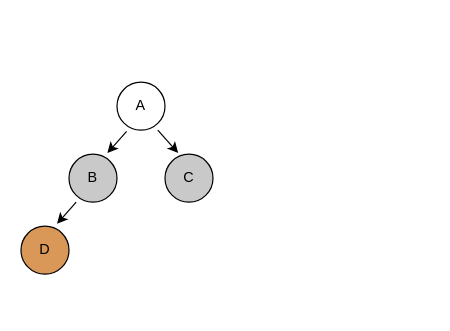
Earlier version of the draw.io diagram cha.drawio (luxufan/simple-website-template). Source tidied: cells renumbered, new cells numbered last; positions are measured from the earlier drawing's top-left corner, leaving out a move shared by most shapes. Both pictures are drawn from the tidied source at 120%, with x=0, y=0 at pixel (20, 82).
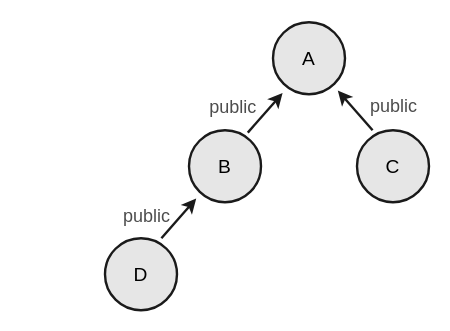
The same diagram, later.

Diff of the diagram source:
```diff
@@
 <mxGraphModel>
   <root>
     <mxCell id="0" />
     <mxCell id="1" parent="0" />
-    <mxCell id="2" value="A" style="ellipse;whiteSpace=wrap;html=1;fillColor=#FFFFFF;" parent="1" vertex="1">
-      <mxGeometry x="80" width="40" height="40" as="geometry" />
+    <mxCell id="2" value="&lt;font style=&quot;font-size: 16px;&quot;&gt;A&lt;/font&gt;" style="ellipse;whiteSpace=wrap;html=1;fillColor=#E6E6E6;strokeWidth=2;strokeColor=#1A1A1A;" parent="1" vertex="1">
+      <mxGeometry x="210" y="-50" width="60" height="60" as="geometry" />
     </mxCell>
-    <mxCell id="3" value="B" style="ellipse;whiteSpace=wrap;html=1;fillColor=#C9C9C9;" parent="1" vertex="1">
-      <mxGeometry x="40" y="60" width="40" height="40" as="geometry" />
+    <mxCell id="3" value="&lt;font style=&quot;font-size: 16px;&quot;&gt;B&lt;/font&gt;" style="ellipse;whiteSpace=wrap;html=1;fillColor=#E6E6E6;strokeWidth=2;strokeColor=#1A1A1A;" parent="1" vertex="1">
+      <mxGeometry x="140" y="40" width="60" height="60" as="geometry" />
     </mxCell>
-    <mxCell id="4" value="C" style="ellipse;whiteSpace=wrap;html=1;fillColor=#C9C9C9;" parent="1" vertex="1">
-      <mxGeometry x="120" y="60" width="40" height="40" as="geometry" />
+    <mxCell id="4" value="&lt;font style=&quot;font-size: 16px;&quot;&gt;C&lt;/font&gt;" style="ellipse;whiteSpace=wrap;html=1;fillColor=#E6E6E6;strokeColor=#1A1A1A;strokeWidth=2;" parent="1" vertex="1">
+      <mxGeometry x="280" y="40" width="60" height="60" as="geometry" />
     </mxCell>
-    <mxCell id="5" value="D" style="ellipse;whiteSpace=wrap;html=1;fillColor=#D99857;" parent="1" vertex="1">
-      <mxGeometry y="120" width="40" height="40" as="geometry" />
+    <mxCell id="5" value="&lt;font style=&quot;font-size: 16px;&quot;&gt;D&lt;/font&gt;" style="ellipse;whiteSpace=wrap;html=1;fillColor=#E6E6E6;strokeColor=#1A1A1A;strokeWidth=2;" parent="1" vertex="1">
+      <mxGeometry x="70" y="130" width="60" height="60" as="geometry" />
     </mxCell>
-    <mxCell id="6" style="endArrow=classic;html=1;rounded=0;entryX=0.8;entryY=-0.025;entryDx=0;entryDy=0;entryPerimeter=0;exitX=0.2;exitY=1.025;exitDx=0;exitDy=0;exitPerimeter=0;" parent="1" edge="1" source="2" target="3">
-      <mxGeometry relative="1" as="geometry" />
-    </mxCell>
-    <mxCell id="7" style="endArrow=classic;html=1;rounded=0;exitX=0.275;exitY=-0.025;exitDx=0;exitDy=0;exitPerimeter=0;entryX=0.275;entryY=-0.025;entryDx=0;entryDy=0;entryPerimeter=0;" parent="1" edge="1" target="4">
-      <mxGeometry relative="1" as="geometry">
-        <mxPoint x="114" y="40" as="sourcePoint" />
-      </mxGeometry>
-    </mxCell>
-    <mxCell id="8" style="endArrow=classic;html=1;rounded=0;entryX=0.2;entryY=1.025;entryDx=0;entryDy=0;entryPerimeter=0;exitX=0.8;exitY=-0.025;exitDx=0;exitDy=0;exitPerimeter=0;" parent="1" edge="1">
+    <mxCell id="8" style="endArrow=classic;html=1;rounded=0;entryX=0.2;entryY=1.025;entryDx=0;entryDy=0;entryPerimeter=0;strokeWidth=2;strokeColor=#1A1A1A;" parent="1" edge="1">
       <mxGeometry relative="1" as="geometry">
-        <mxPoint x="46" y="100" as="sourcePoint" />
-        <mxPoint x="30" y="118" as="targetPoint" />
+        <mxPoint x="189" y="42" as="sourcePoint" />
+        <mxPoint x="218" y="9" as="targetPoint" />
       </mxGeometry>
     </mxCell>
+    <mxCell id="9" value="public" style="rounded=0;whiteSpace=wrap;html=1;strokeColor=none;strokeWidth=1;fontSize=15;fillColor=none;fontColor=#4D4D4D;" parent="1" vertex="1">
+      <mxGeometry x="167" y="10" width="20" height="20" as="geometry" />
+    </mxCell>
+    <mxCell id="10" style="endArrow=classic;html=1;rounded=0;entryX=0.2;entryY=1.025;entryDx=0;entryDy=0;entryPerimeter=0;strokeWidth=2;strokeColor=#1A1A1A;" parent="1" edge="1">
+      <mxGeometry relative="1" as="geometry">
+        <mxPoint x="293" y="40" as="sourcePoint" />
+        <mxPoint x="264" y="7" as="targetPoint" />
+      </mxGeometry>
+    </mxCell>
+    <mxCell id="11" style="endArrow=classic;html=1;rounded=0;entryX=0.2;entryY=1.025;entryDx=0;entryDy=0;entryPerimeter=0;strokeWidth=2;strokeColor=#1A1A1A;" parent="1" edge="1">
+      <mxGeometry relative="1" as="geometry">
+        <mxPoint x="117" y="130" as="sourcePoint" />
+        <mxPoint x="146" y="97" as="targetPoint" />
+      </mxGeometry>
+    </mxCell>
+    <mxCell id="12" value="public" style="rounded=0;whiteSpace=wrap;html=1;strokeColor=none;strokeWidth=1;fontSize=15;fillColor=none;fontColor=#4D4D4D;" parent="1" vertex="1">
+      <mxGeometry x="301" y="9" width="20" height="20" as="geometry" />
+    </mxCell>
+    <mxCell id="13" value="public" style="rounded=0;whiteSpace=wrap;html=1;strokeColor=none;strokeWidth=1;fontSize=15;fillColor=none;fontColor=#4D4D4D;" parent="1" vertex="1">
+      <mxGeometry x="95" y="101" width="20" height="20" as="geometry" />
+    </mxCell>
   </root>
 </mxGraphModel>
```
